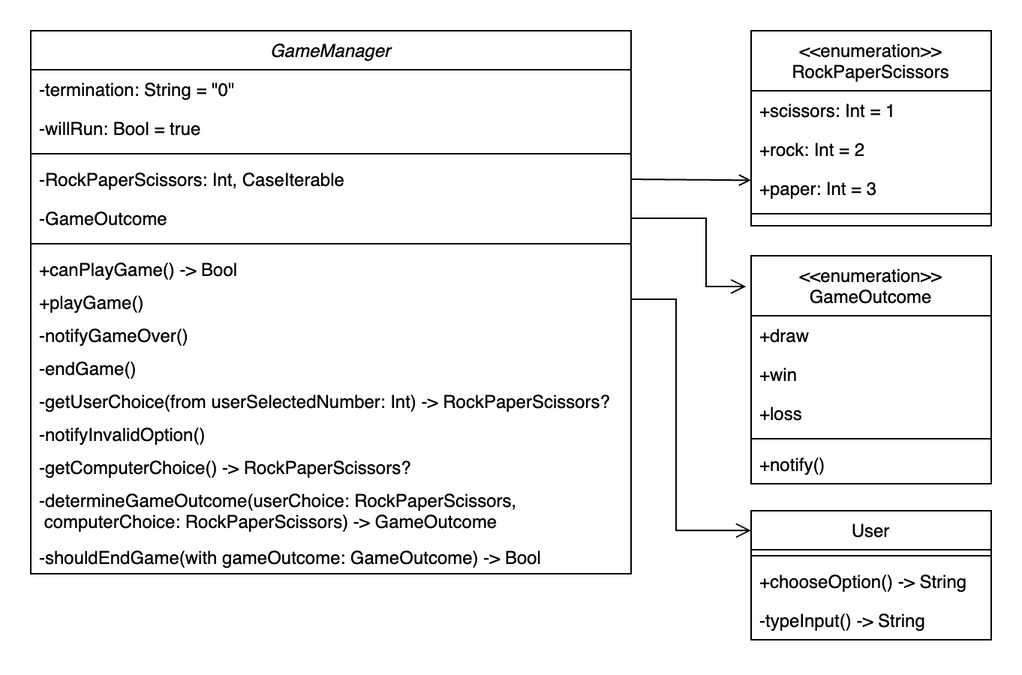
Before: docs/GameRockPaperScissors_ClassDiagram.drawio.png, a diagram exported from draw.io (tasty-code/ios-rock-scissor-paper). Source tidied: cells renumbered, new cells last; positions are measured from the earlier drawing's top-left corner, leaving out a move shared by most shapes.
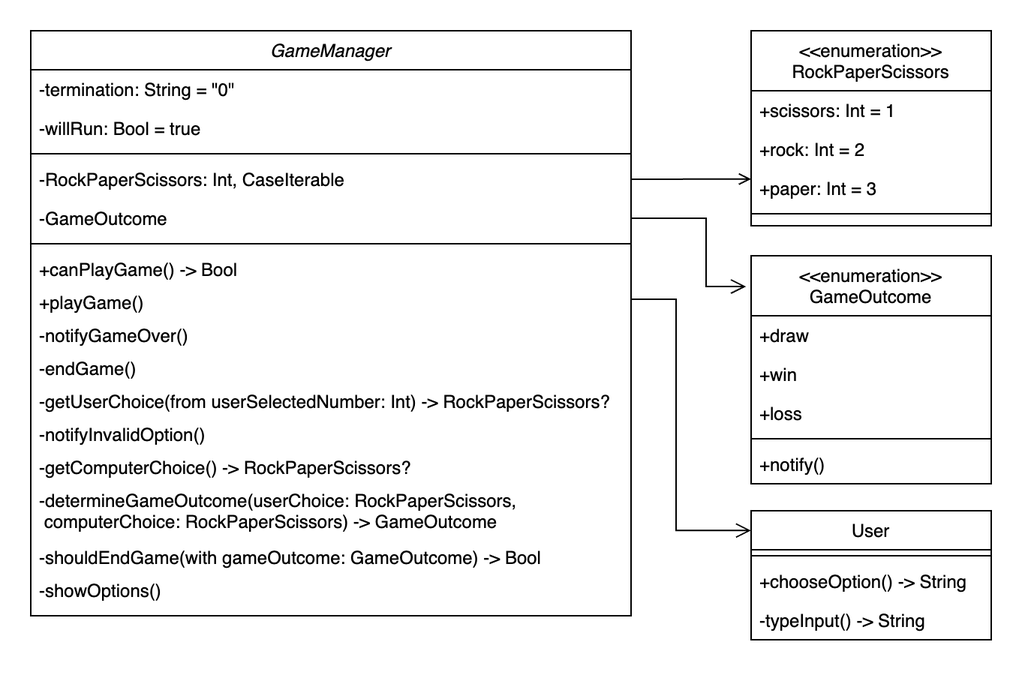
After the commit.

Change to the diagram source:
```diff
@@ -3,7 +3,7 @@
     <mxCell id="0" />
     <mxCell id="1" parent="0" />
     <mxCell id="2" value="GameManager" style="swimlane;fontStyle=2;align=center;verticalAlign=top;horizontal=1;startSize=26;rounded=0;shadow=0;strokeWidth=1;" parent="1" vertex="1">
-      <mxGeometry width="400" height="362" as="geometry" />
+      <mxGeometry width="400" height="390" as="geometry" />
     </mxCell>
     <mxCell id="3" value="-termination: String = &quot;0&quot;" style="text;align=left;verticalAlign=top;spacingLeft=4;spacingRight=4;overflow=hidden;" parent="2" vertex="1">
       <mxGeometry y="26" width="400" height="26" as="geometry" />
@@ -50,6 +50,9 @@
     <mxCell id="17" value="-shouldEndGame(with gameOutcome: GameOutcome) -&gt; Bool" style="text;align=left;verticalAlign=top;spacingLeft=4;spacingRight=4;overflow=hidden;strokeColor=none;" parent="2" vertex="1">
       <mxGeometry y="338" width="400" height="22" as="geometry" />
     </mxCell>
+    <mxCell id="36" value="-showOptions()" style="text;align=left;verticalAlign=top;spacingLeft=4;spacingRight=4;overflow=hidden;strokeColor=none;" parent="2" vertex="1">
+      <mxGeometry y="360" width="400" height="22" as="geometry" />
+    </mxCell>
     <mxCell id="18" value="User" style="swimlane;fontStyle=0;align=center;verticalAlign=top;horizontal=1;startSize=26;rounded=0;shadow=0;strokeWidth=1;" parent="1" vertex="1">
       <mxGeometry x="480" y="320" width="160" height="86" as="geometry" />
     </mxCell>
```
